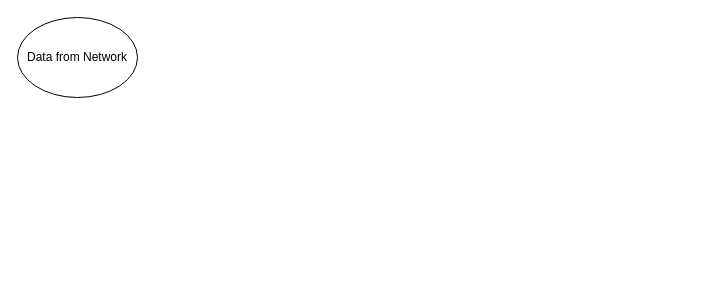
Earlier version of the draw.io diagram lazy_load.drawio (puneet-practeon/Compose-Examples). Source tidied: cells renumbered, new cells numbered last; positions are measured from the earlier drawing's top-left corner, leaving out a move shared by most shapes. Both pictures are drawn from the tidied source at 100%, with x=0, y=0 at pixel (17, 17).
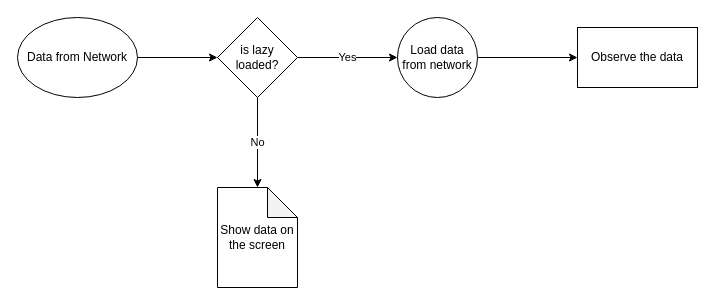
The same diagram, later.

Change to the diagram source:
```diff
@@
 <mxGraphModel>
   <root>
     <mxCell id="0" />
     <mxCell id="1" parent="0" />
+    <mxCell id="3" style="edgeStyle=orthogonalEdgeStyle;rounded=0;jettySize=auto;html=1;entryX=0;entryY=0.5;entryDx=0;entryDy=0;" parent="1" edge="1" source="2" target="6">
+      <mxGeometry relative="1" as="geometry" />
+    </mxCell>
     <mxCell id="2" value="Data from Network" style="ellipse;whiteSpace=wrap;html=1;" parent="1" vertex="1">
       <mxGeometry width="120" height="80" as="geometry" />
     </mxCell>
+    <mxCell id="4" value="No" style="edgeStyle=orthogonalEdgeStyle;rounded=0;jettySize=auto;html=1;entryX=0.5;entryY=0;entryDx=0;entryDy=0;entryPerimeter=0;" parent="1" edge="1" source="6" target="7">
+      <mxGeometry relative="1" as="geometry" />
+    </mxCell>
+    <mxCell id="5" value="Yes" style="edgeStyle=orthogonalEdgeStyle;rounded=0;jettySize=auto;html=1;entryX=0;entryY=0.5;entryDx=0;entryDy=0;" parent="1" edge="1" source="6" target="9">
+      <mxGeometry relative="1" as="geometry" />
+    </mxCell>
+    <mxCell id="6" value="is lazy&lt;br&gt;loaded?" style="rhombus;whiteSpace=wrap;html=1;" parent="1" vertex="1">
+      <mxGeometry x="200" width="80" height="80" as="geometry" />
+    </mxCell>
+    <mxCell id="7" value="Show data on the screen" style="shape=note;whiteSpace=wrap;html=1;backgroundOutline=1;darkOpacity=0.05;" parent="1" vertex="1">
+      <mxGeometry x="200" y="170" width="80" height="100" as="geometry" />
+    </mxCell>
+    <mxCell id="8" style="edgeStyle=orthogonalEdgeStyle;rounded=0;jettySize=auto;html=1;entryX=0;entryY=0.5;entryDx=0;entryDy=0;" parent="1" edge="1" source="9" target="10">
+      <mxGeometry relative="1" as="geometry" />
+    </mxCell>
+    <mxCell id="9" value="Load data from network" style="ellipse;whiteSpace=wrap;html=1;" parent="1" vertex="1">
+      <mxGeometry x="380" width="80" height="80" as="geometry" />
+    </mxCell>
+    <mxCell id="10" value="Observe the data" style="rounded=0;whiteSpace=wrap;html=1;" parent="1" vertex="1">
+      <mxGeometry x="560" y="10" width="120" height="60" as="geometry" />
+    </mxCell>
   </root>
 </mxGraphModel>
```
